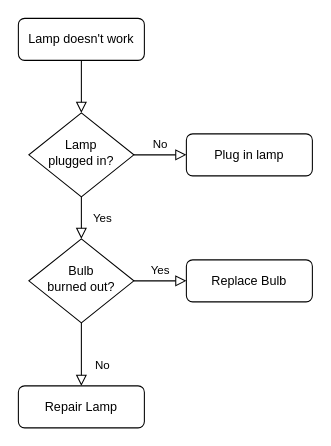
Earlier version of the draw.io diagram Untitled Diagram.drawio (MurphyUan/SoftwareC3). Source tidied: cells renumbered, new cells numbered last; positions are measured from the earlier drawing's top-left corner, leaving out a move shared by most shapes. Both pictures are drawn from the tidied source at 105%, with x=0, y=0 at pixel (18, 18).
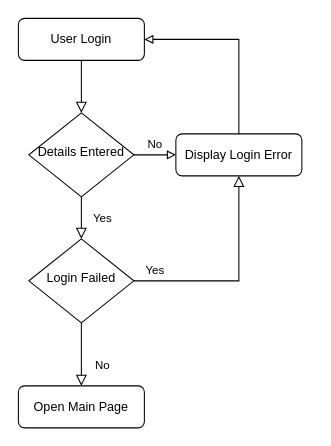
Above is the later version.

Commit message:
Login Page Update

Diff of the diagram source:
```diff
@@
 <mxGraphModel>
   <root>
     <mxCell id="0" />
     <mxCell id="1" parent="0" />
     <mxCell id="2" style="rounded=0;html=1;jettySize=auto;fontSize=11;endArrow=block;endFill=0;endSize=8;strokeWidth=1;shadow=0;labelBackgroundColor=none;edgeStyle=orthogonalEdgeStyle;" parent="1" edge="1" source="3" target="6">
       <mxGeometry relative="1" as="geometry" />
     </mxCell>
-    <mxCell id="3" value="Lamp doesn't work" style="rounded=1;whiteSpace=wrap;html=1;fontSize=12;glass=0;strokeWidth=1;shadow=0;" parent="1" vertex="1">
+    <mxCell id="3" value="User Login" style="rounded=1;whiteSpace=wrap;html=1;fontSize=12;glass=0;strokeWidth=1;shadow=0;" parent="1" vertex="1">
       <mxGeometry width="120" height="40" as="geometry" />
     </mxCell>
     <mxCell id="4" value="Yes" style="rounded=0;html=1;jettySize=auto;fontSize=11;endArrow=block;endFill=0;endSize=8;strokeWidth=1;shadow=0;labelBackgroundColor=none;edgeStyle=orthogonalEdgeStyle;" parent="1" edge="1" source="6" target="10">
       <mxGeometry y="20" relative="1" as="geometry" />
     </mxCell>
-    <mxCell id="5" value="No" style="edgeStyle=orthogonalEdgeStyle;rounded=0;html=1;jettySize=auto;fontSize=11;endArrow=block;endFill=0;endSize=8;strokeWidth=1;shadow=0;labelBackgroundColor=none;" parent="1" edge="1" source="6" target="7">
+    <mxCell id="5" value="No" style="edgeStyle=orthogonalEdgeStyle;rounded=0;jettySize=auto;html=1;exitX=1;exitY=0.5;exitDx=0;exitDy=0;entryX=0;entryY=0.5;entryDx=0;entryDy=0;endArrow=block;endFill=0;" parent="1" edge="1" source="6" target="12">
       <mxGeometry y="10" relative="1" as="geometry" />
     </mxCell>
-    <mxCell id="6" value="Lamp&lt;br&gt;plugged in?" style="rhombus;whiteSpace=wrap;html=1;shadow=0;fontFamily=Helvetica;fontSize=12;align=center;strokeWidth=1;spacing=6;spacingTop=-4;" parent="1" vertex="1">
+    <mxCell id="6" value="Details Entered" style="rhombus;whiteSpace=wrap;html=1;shadow=0;fontFamily=Helvetica;fontSize=12;align=center;strokeWidth=1;spacing=6;spacingTop=-4;" parent="1" vertex="1">
       <mxGeometry x="10" y="90" width="100" height="80" as="geometry" />
     </mxCell>
-    <mxCell id="7" value="Plug in lamp" style="rounded=1;whiteSpace=wrap;html=1;fontSize=12;glass=0;strokeWidth=1;shadow=0;" parent="1" vertex="1">
-      <mxGeometry x="160" y="110" width="120" height="40" as="geometry" />
-    </mxCell>
     <mxCell id="8" value="No" style="rounded=0;html=1;jettySize=auto;fontSize=11;endArrow=block;endFill=0;endSize=8;strokeWidth=1;shadow=0;labelBackgroundColor=none;edgeStyle=orthogonalEdgeStyle;" parent="1" edge="1" source="10" target="11">
       <mxGeometry x="0.33" y="20" relative="1" as="geometry" />
     </mxCell>
     <mxCell id="9" value="Yes" style="edgeStyle=orthogonalEdgeStyle;rounded=0;html=1;jettySize=auto;fontSize=11;endArrow=block;endFill=0;endSize=8;strokeWidth=1;shadow=0;labelBackgroundColor=none;" parent="1" edge="1" source="10" target="12">
-      <mxGeometry y="10" relative="1" as="geometry" />
+      <mxGeometry x="-0.8" y="10" relative="1" as="geometry" />
     </mxCell>
-    <mxCell id="10" value="Bulb&lt;br&gt;burned out?" style="rhombus;whiteSpace=wrap;html=1;shadow=0;fontFamily=Helvetica;fontSize=12;align=center;strokeWidth=1;spacing=6;spacingTop=-4;" parent="1" vertex="1">
+    <mxCell id="10" value="Login Failed" style="rhombus;whiteSpace=wrap;html=1;shadow=0;fontFamily=Helvetica;fontSize=12;align=center;strokeWidth=1;spacing=6;spacingTop=-4;" parent="1" vertex="1">
       <mxGeometry x="10" y="210" width="100" height="80" as="geometry" />
     </mxCell>
-    <mxCell id="11" value="Repair Lamp" style="rounded=1;whiteSpace=wrap;html=1;fontSize=12;glass=0;strokeWidth=1;shadow=0;" parent="1" vertex="1">
+    <mxCell id="11" value="Open Main Page" style="rounded=1;whiteSpace=wrap;html=1;fontSize=12;glass=0;strokeWidth=1;shadow=0;" parent="1" vertex="1">
       <mxGeometry y="350" width="120" height="40" as="geometry" />
     </mxCell>
+    <mxCell id="13" style="edgeStyle=orthogonalEdgeStyle;rounded=0;jettySize=auto;html=1;exitX=0.5;exitY=0;exitDx=0;exitDy=0;entryX=1;entryY=0.5;entryDx=0;entryDy=0;endArrow=block;endFill=0;" parent="1" edge="1" source="12" target="3">
+      <mxGeometry relative="1" as="geometry" />
+    </mxCell>
-    <mxCell id="12" value="Replace Bulb" style="rounded=1;whiteSpace=wrap;html=1;fontSize=12;glass=0;strokeWidth=1;shadow=0;" parent="1" vertex="1">
-      <mxGeometry x="160" y="230" width="120" height="40" as="geometry" />
+    <mxCell id="12" value="Display Login Error" style="rounded=1;whiteSpace=wrap;html=1;fontSize=12;glass=0;strokeWidth=1;shadow=0;" parent="1" vertex="1">
+      <mxGeometry x="150" y="110" width="120" height="40" as="geometry" />
     </mxCell>
   </root>
 </mxGraphModel>
```
